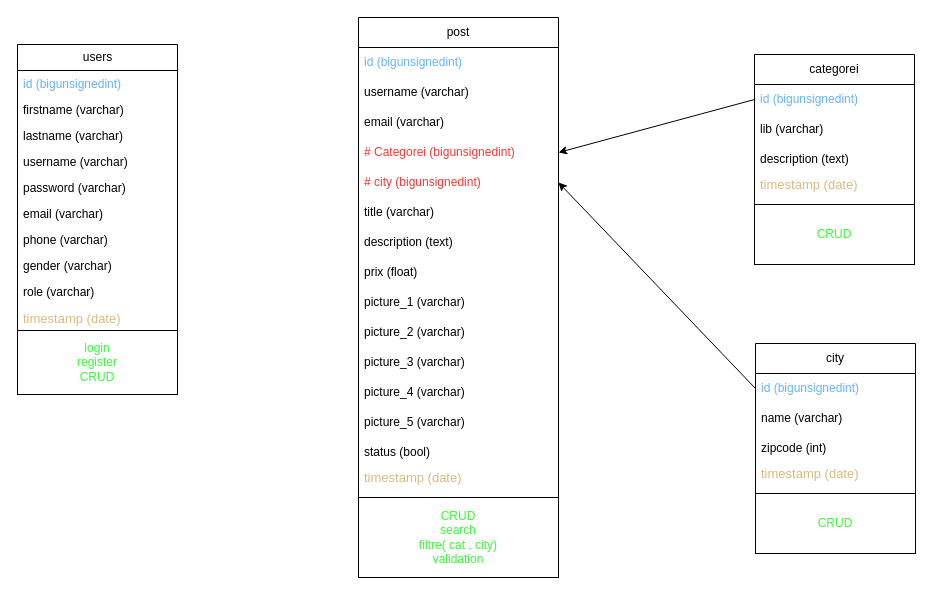
Before: database.drawio in ael-mouz/Quick_Annonce, a draw.io diagram. Source tidied: cells renumbered, new cells numbered last; positions are measured from the earlier drawing's top-left corner, leaving out a move shared by most shapes. Both pictures are drawn from the tidied source at 100%, with x=0, y=0 at pixel (17, 17).
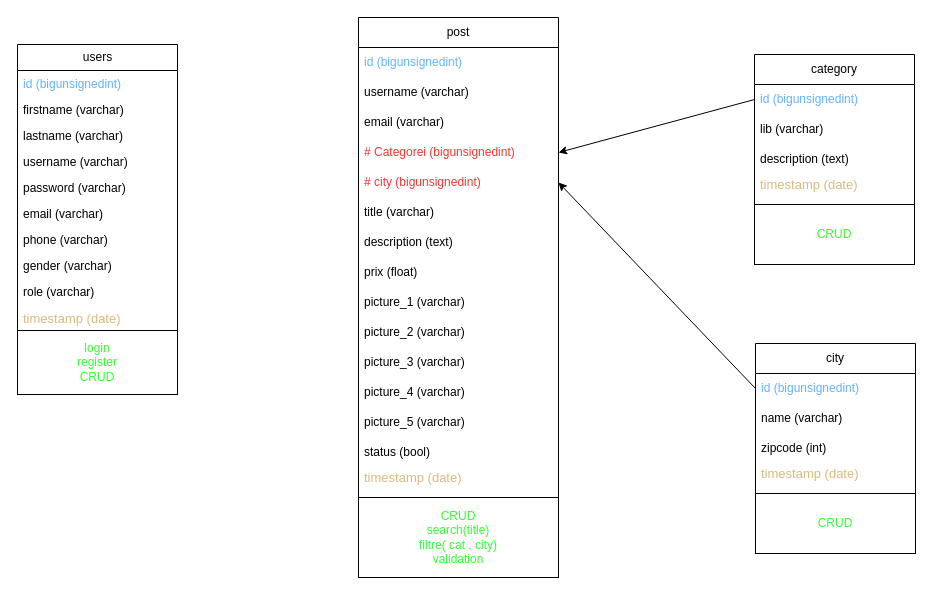
Above is the later version.

Commit message:
fix data structure

Unchanged cells that the change refers to:
```xml
<mxCell id="26" value="post" style="swimlane;fontStyle=0;horizontal=1;startSize=30;whiteSpace=wrap;html=1;" parent="1" vertex="1">
  <mxGeometry x="341" width="200" height="560" as="geometry" />
</mxCell>
```

What changed in the source:
```diff
@@
-    <mxCell id="14" value="categorei" style="swimlane;fontStyle=0;horizontal=1;startSize=30;whiteSpace=wrap;html=1;" parent="1" vertex="1">
+    <mxCell id="14" value="category" style="swimlane;fontStyle=0;horizontal=1;startSize=30;whiteSpace=wrap;html=1;" parent="1" vertex="1">
       <mxGeometry x="737" y="37" width="160" height="210" as="geometry" />
     </mxCell>
@@
-    <mxCell id="42" value="CRUD&lt;br&gt;search&lt;br&gt;filtre( cat , city)&lt;br&gt;validation" style="rounded=0;whiteSpace=wrap;html=1;labelBackgroundColor=none;fontColor=#33FF33;" parent="26" vertex="1">
+    <mxCell id="42" value="CRUD&lt;br&gt;search(title)&lt;br&gt;filtre( cat , city)&lt;br&gt;validation" style="rounded=0;whiteSpace=wrap;html=1;labelBackgroundColor=none;fontColor=#33FF33;" parent="26" vertex="1">
       <mxGeometry y="480" width="200" height="80" as="geometry" />
     </mxCell>
```
